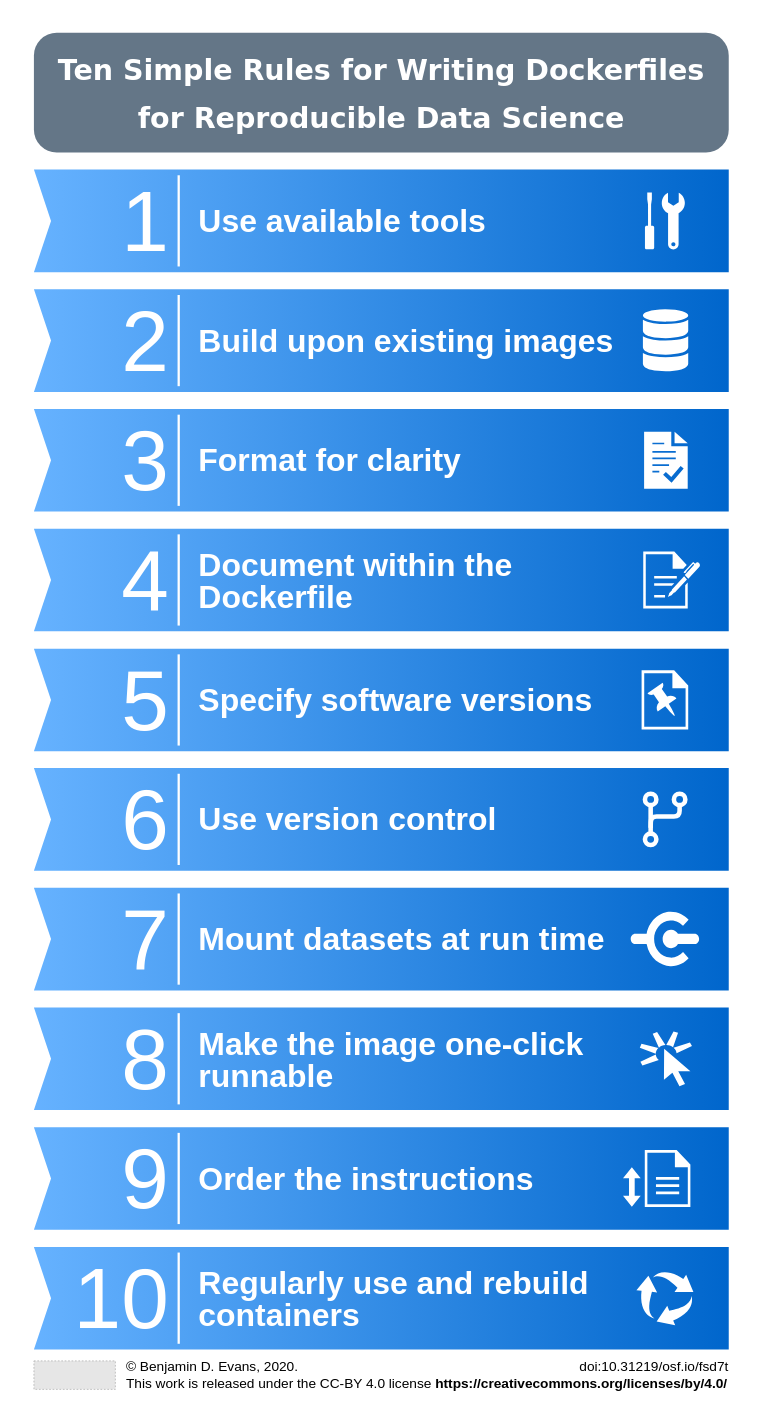
This is figures/summary.drawio from nuest/ten-simple-rules-dockerfiles, a draw.io file, before an edit. Source tidied: cells renumbered, new cells numbered last; positions are measured from the earlier drawing's top-left corner, leaving out a move shared by most shapes. Both pictures are drawn from the tidied source at 57%, with x=0, y=0 at pixel (10, 10). Pictures stored in the file or linked from it are replaced by grey dashed boxes.
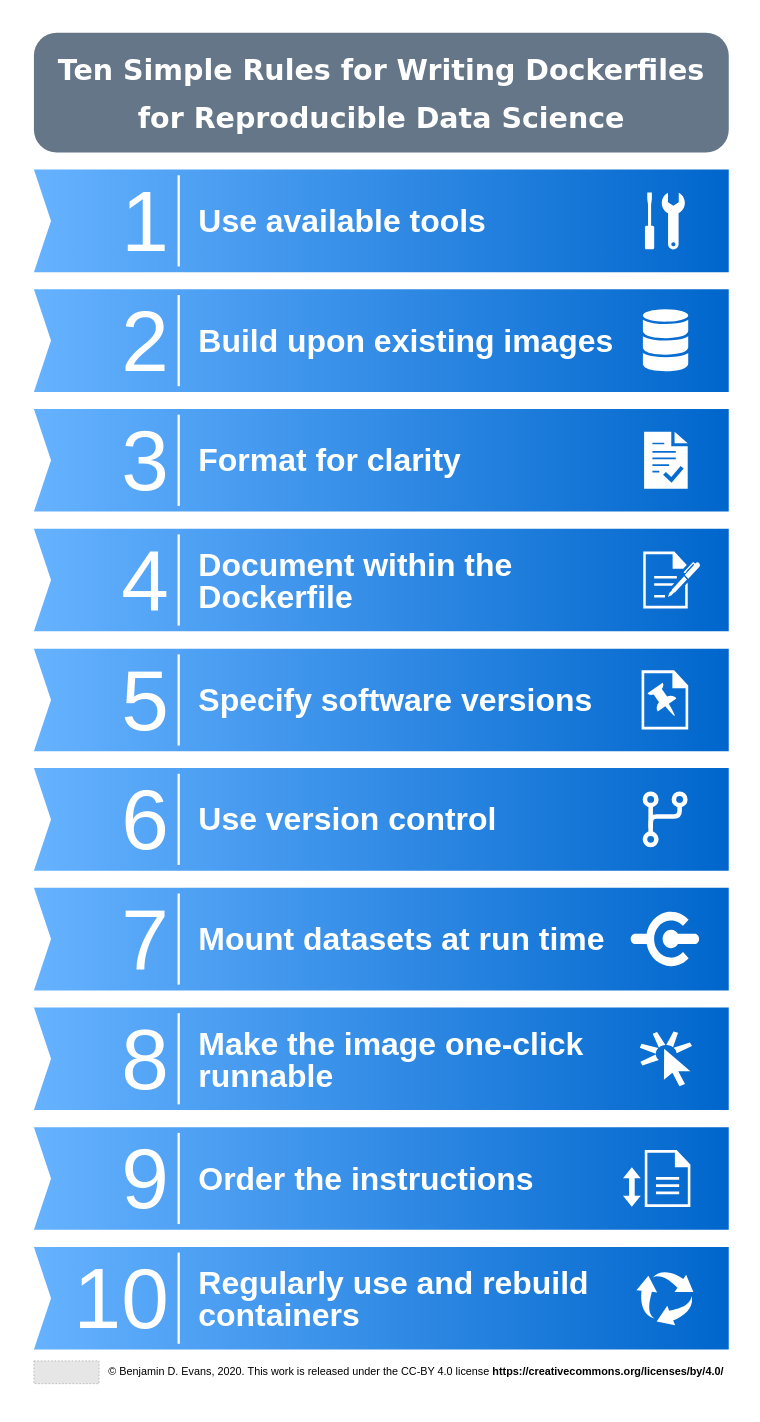
Above is the later version.

Change to the diagram source:
```diff
@@
     <mxCell id="2" style="whiteSpace=wrap;html=1;rounded=1;shadow=0;dashed=0;strokeWidth=1;fontFamily=Verdana;fontSize=70;verticalAlign=top;spacingTop=10;perimeter=rectanglePerimeter;arcSize=0;strokeColor=none;fillColor=none;" parent="1" vertex="1">
-      <mxGeometry width="1300" height="2460" as="geometry" />
+      <mxGeometry width="1300" height="2450" as="geometry" />
     </mxCell>
@@
-    <mxCell id="54" value="&lt;div style=&quot;text-align: justify&quot;&gt;&lt;span style=&quot;font-size: 24px&quot;&gt;© Benjamin D. Evans, 2020.&amp;nbsp; &amp;nbsp; &amp;nbsp; &amp;nbsp; &amp;nbsp; &amp;nbsp; &amp;nbsp; &amp;nbsp; &amp;nbsp; &amp;nbsp; &amp;nbsp; &amp;nbsp; &amp;nbsp; &amp;nbsp; &amp;nbsp; &amp;nbsp; &amp;nbsp; &amp;nbsp; &amp;nbsp; &amp;nbsp; &amp;nbsp; &amp;nbsp; &amp;nbsp; &amp;nbsp; &amp;nbsp; &amp;nbsp; &amp;nbsp; &amp;nbsp; &amp;nbsp; &amp;nbsp; &amp;nbsp; &amp;nbsp; &amp;nbsp; &amp;nbsp; &amp;nbsp; &amp;nbsp; &amp;nbsp; doi:10.31219/osf.io/fsd7t&lt;/span&gt;&lt;/div&gt;&lt;font style=&quot;font-size: 24px&quot;&gt;&lt;div style=&quot;text-align: justify&quot;&gt;&lt;span&gt;This work is released under the CC-BY 4.0 license&amp;nbsp;&lt;/span&gt;&lt;b&gt;https://creativecommons.org/licenses/by/4.0/&lt;/b&gt;&lt;/div&gt;&lt;/font&gt;" style="text;html=1;align=left;verticalAlign=middle;fillColor=none;strokeColor=none;rounded=0;" parent="1" vertex="1">
-      <mxGeometry x="202" y="2375" width="1070" height="40" as="geometry" />
+    <mxCell id="54" value="&lt;div style=&quot;text-align: justify ; font-size: 19px&quot;&gt;&lt;span&gt;© Benjamin D. Evans, 2020.&amp;nbsp;&lt;/span&gt;&lt;span&gt;This work is released under the CC-BY 4.0 license&amp;nbsp;&lt;/span&gt;&lt;b&gt;https://creativecommons.org/licenses/by/4.0/&lt;/b&gt;&lt;/div&gt;" style="text;html=1;align=left;verticalAlign=middle;fillColor=none;strokeColor=none;rounded=0;" parent="1" vertex="1">
+      <mxGeometry x="171" y="2380" width="1090" height="20" as="geometry" />
     </mxCell>
     <mxCell id="55" style="fillColor=#E6E6E6;strokeColor=#999999;dashed=1;verticalLabelPosition=bottom;labelBackgroundColor=#ffffff;verticalAlign=top;" parent="1" vertex="1">
-      <mxGeometry x="42" y="2370" width="142.9" height="50" as="geometry" />
+      <mxGeometry x="42" y="2370" width="114.3" height="40" as="geometry" />
     </mxCell>
```
